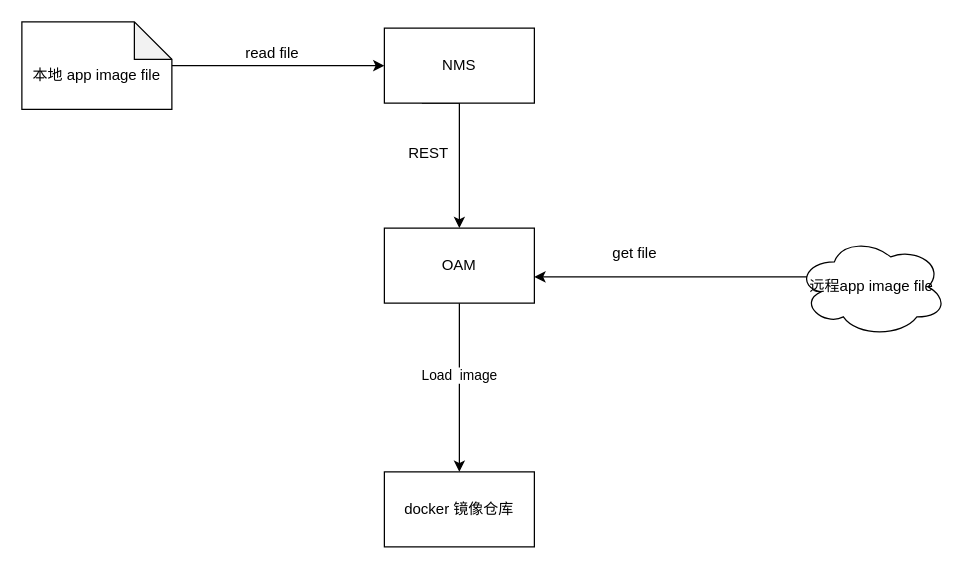
The draw.io diagram 应用安装包上传.drawio in tiger7456/AAA_Drawio, before the edit. Source tidied: cells renumbered, new cells numbered last; positions are measured from the earlier drawing's top-left corner, leaving out a move shared by most shapes. Both pictures are drawn from the tidied source at 125%, with x=0, y=0 at pixel (21, 21).
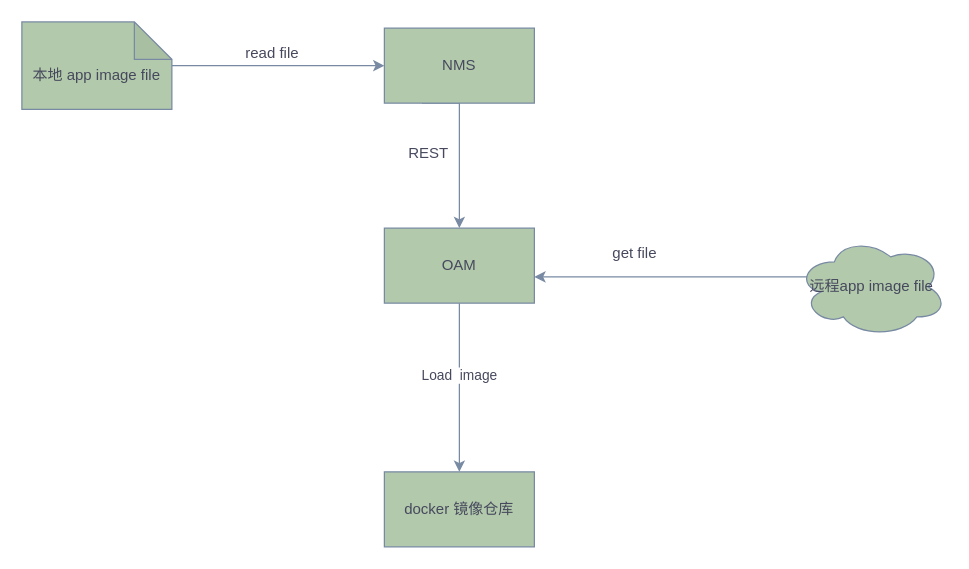
The same diagram, later.

Commit message (it also covers changes not shown here):
更新应用安装包上传.drawio

Diff of the diagram source:
```diff
@@
 <mxGraphModel>
   <root>
     <mxCell id="0" />
     <mxCell id="1" parent="0" />
-    <mxCell id="2" style="edgeStyle=orthogonalEdgeStyle;rounded=0;jettySize=auto;html=1;exitX=0.25;exitY=1;exitDx=0;exitDy=0;" parent="1" edge="1" source="3" target="10">
+    <mxCell id="2" style="edgeStyle=orthogonalEdgeStyle;rounded=0;jettySize=auto;html=1;exitX=0.25;exitY=1;exitDx=0;exitDy=0;strokeColor=#788AA3;fontColor=#46495D;" parent="1" edge="1" source="3" target="10">
       <mxGeometry relative="1" as="geometry">
         <Array as="points">
           <mxPoint x="350" y="65" />
         </Array>
       </mxGeometry>
     </mxCell>
-    <mxCell id="3" value="NMS" style="rounded=0;whiteSpace=wrap;html=1;" parent="1" vertex="1">
+    <mxCell id="3" value="NMS" style="rounded=0;whiteSpace=wrap;html=1;fillColor=#B2C9AB;strokeColor=#788AA3;fontColor=#46495D;" parent="1" vertex="1">
       <mxGeometry x="290" y="5" width="120" height="60" as="geometry" />
     </mxCell>
-    <mxCell id="4" style="edgeStyle=orthogonalEdgeStyle;rounded=0;jettySize=auto;html=1;entryX=1;entryY=0.65;entryDx=0;entryDy=0;entryPerimeter=0;exitX=0.07;exitY=0.4;exitDx=0;exitDy=0;exitPerimeter=0;" parent="1" edge="1" source="5" target="10">
+    <mxCell id="4" style="edgeStyle=orthogonalEdgeStyle;rounded=0;jettySize=auto;html=1;entryX=1;entryY=0.65;entryDx=0;entryDy=0;entryPerimeter=0;exitX=0.07;exitY=0.4;exitDx=0;exitDy=0;exitPerimeter=0;strokeColor=#788AA3;fontColor=#46495D;" parent="1" edge="1" source="5" target="10">
       <mxGeometry relative="1" as="geometry" />
     </mxCell>
-    <mxCell id="5" value="远程app image file" style="ellipse;shape=cloud;whiteSpace=wrap;html=1;" parent="1" vertex="1">
+    <mxCell id="5" value="远程app image file" style="ellipse;shape=cloud;whiteSpace=wrap;html=1;fillColor=#B2C9AB;strokeColor=#788AA3;fontColor=#46495D;" parent="1" vertex="1">
       <mxGeometry x="620" y="172" width="120" height="80" as="geometry" />
     </mxCell>
-    <mxCell id="6" style="edgeStyle=orthogonalEdgeStyle;rounded=0;jettySize=auto;html=1;entryX=0;entryY=0.5;entryDx=0;entryDy=0;" parent="1" edge="1" source="7" target="3">
+    <mxCell id="6" style="edgeStyle=orthogonalEdgeStyle;rounded=0;jettySize=auto;html=1;entryX=0;entryY=0.5;entryDx=0;entryDy=0;strokeColor=#788AA3;fontColor=#46495D;" parent="1" edge="1" source="7" target="3">
       <mxGeometry relative="1" as="geometry" />
     </mxCell>
-    <mxCell id="7" value="&lt;span&gt;&lt;br&gt;本地 app image file&lt;/span&gt;" style="shape=note;whiteSpace=wrap;html=1;backgroundOutline=1;darkOpacity=0.05;" parent="1" vertex="1">
+    <mxCell id="7" value="&lt;span&gt;&lt;br&gt;本地 app image file&lt;/span&gt;" style="shape=note;whiteSpace=wrap;html=1;backgroundOutline=1;darkOpacity=0.05;fillColor=#B2C9AB;strokeColor=#788AA3;fontColor=#46495D;" parent="1" vertex="1">
       <mxGeometry width="120" height="70" as="geometry" />
     </mxCell>
-    <mxCell id="8" style="edgeStyle=orthogonalEdgeStyle;rounded=0;jettySize=auto;html=1;" parent="1" edge="1" source="10" target="11">
+    <mxCell id="8" style="edgeStyle=orthogonalEdgeStyle;rounded=0;jettySize=auto;html=1;strokeColor=#788AA3;fontColor=#46495D;" parent="1" edge="1" source="10" target="11">
       <mxGeometry relative="1" as="geometry" />
     </mxCell>
-    <mxCell id="9" value="Load&amp;nbsp; image" style="edgeLabel;html=1;align=center;verticalAlign=middle;" parent="8" vertex="1">
+    <mxCell id="9" value="Load&amp;nbsp; image" style="edgeLabel;html=1;align=center;verticalAlign=middle;fontColor=#46495D;" parent="8" vertex="1">
       <mxGeometry x="-0.16" y="-1" relative="1" as="geometry" />
     </mxCell>
-    <mxCell id="10" value="OAM" style="rounded=0;whiteSpace=wrap;html=1;" parent="1" vertex="1">
+    <mxCell id="10" value="OAM" style="rounded=0;whiteSpace=wrap;html=1;fillColor=#B2C9AB;strokeColor=#788AA3;fontColor=#46495D;" parent="1" vertex="1">
       <mxGeometry x="290" y="165" width="120" height="60" as="geometry" />
     </mxCell>
-    <mxCell id="11" value="docker 镜像仓库" style="whiteSpace=wrap;html=1;rounded=0;" parent="1" vertex="1">
+    <mxCell id="11" value="docker 镜像仓库" style="whiteSpace=wrap;html=1;rounded=0;fillColor=#B2C9AB;strokeColor=#788AA3;fontColor=#46495D;" parent="1" vertex="1">
       <mxGeometry x="290" y="360" width="120" height="60" as="geometry" />
     </mxCell>
-    <mxCell id="12" value="read file" style="text;html=1;align=center;verticalAlign=middle;strokeColor=none;" parent="1" vertex="1">
+    <mxCell id="12" value="read file" style="text;html=1;align=center;verticalAlign=middle;strokeColor=none;fontColor=#46495D;" parent="1" vertex="1">
       <mxGeometry x="170" y="15" width="60" height="20" as="geometry" />
     </mxCell>
-    <mxCell id="13" value="REST" style="text;html=1;align=center;verticalAlign=middle;strokeColor=none;" parent="1" vertex="1">
+    <mxCell id="13" value="REST" style="text;html=1;align=center;verticalAlign=middle;strokeColor=none;fontColor=#46495D;" parent="1" vertex="1">
       <mxGeometry x="300" y="95" width="50" height="20" as="geometry" />
     </mxCell>
-    <mxCell id="14" value="get file" style="text;html=1;align=center;verticalAlign=middle;strokeColor=none;" parent="1" vertex="1">
+    <mxCell id="14" value="get file" style="text;html=1;align=center;verticalAlign=middle;strokeColor=none;fontColor=#46495D;" parent="1" vertex="1">
       <mxGeometry x="465" y="175" width="50" height="20" as="geometry" />
     </mxCell>
   </root>
 </mxGraphModel>
```
